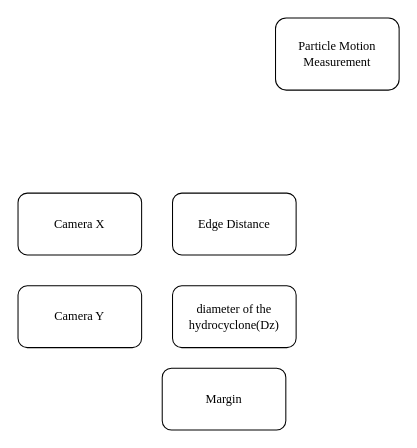
14790897/550-preprocess keeps this draw.io diagram as cvat数据来源/未命名绘图.drawio. Above is the earlier version. Source tidied: cells renumbered, new cells numbered last; positions are measured from the earlier drawing's top-left corner, leaving out a move shared by most shapes. Both pictures are drawn from the tidied source at 103%, with x=0, y=0 at pixel (18, 18).
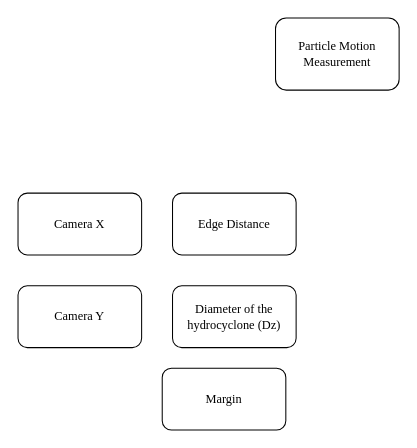
After the change.

Commit message (it also covers changes not shown here):
更新未命名绘图.drawio

Change to the diagram source:
```diff
@@
 <mxGraphModel>
   <root>
     <mxCell id="0" />
     <mxCell id="1" parent="0" />
     <mxCell id="2" value="&lt;div&gt;Particle Motion Measurement&lt;/div&gt;" style="rounded=1;whiteSpace=wrap;html=1;fontSize=12;glass=0;strokeWidth=1;shadow=0;fontFamily=Times New Roman;" parent="1" vertex="1">
       <mxGeometry x="250" width="120" height="70" as="geometry" />
     </mxCell>
     <mxCell id="3" value="&lt;font face=&quot;Times New Roman&quot;&gt;Camera X&lt;/font&gt;" style="rounded=1;whiteSpace=wrap;html=1;shadow=0;glass=0;strokeColor=default;strokeWidth=1;align=center;verticalAlign=middle;fontFamily=Helvetica;fontSize=12;fontColor=default;fillColor=default;" parent="1" vertex="1">
       <mxGeometry y="170" width="120" height="60" as="geometry" />
     </mxCell>
     <mxCell id="4" value="&lt;font face=&quot;Times New Roman&quot;&gt;Camera Y&lt;/font&gt;" style="rounded=1;whiteSpace=wrap;html=1;shadow=0;glass=0;strokeColor=default;strokeWidth=1;align=center;verticalAlign=middle;fontFamily=Helvetica;fontSize=12;fontColor=default;fillColor=default;" parent="1" vertex="1">
       <mxGeometry y="260" width="120" height="60" as="geometry" />
     </mxCell>
     <mxCell id="5" value="&lt;font face=&quot;Times New Roman&quot;&gt;Edge Distance&lt;/font&gt;" style="rounded=1;whiteSpace=wrap;html=1;shadow=0;glass=0;strokeColor=default;strokeWidth=1;align=center;verticalAlign=middle;fontFamily=Helvetica;fontSize=12;fontColor=default;fillColor=default;" parent="1" vertex="1">
       <mxGeometry x="150" y="170" width="120" height="60" as="geometry" />
     </mxCell>
-    <mxCell id="6" value="&lt;font face=&quot;Times New Roman&quot;&gt;diameter of the hydrocyclone(Dz)&lt;/font&gt;" style="rounded=1;whiteSpace=wrap;html=1;shadow=0;glass=0;strokeColor=default;strokeWidth=1;align=center;verticalAlign=middle;fontFamily=Helvetica;fontSize=12;fontColor=default;fillColor=default;" parent="1" vertex="1">
+    <mxCell id="6" value="&lt;font face=&quot;Times New Roman&quot;&gt;Diameter of the hydrocyclone (Dz)&lt;/font&gt;" style="rounded=1;whiteSpace=wrap;html=1;shadow=0;glass=0;strokeColor=default;strokeWidth=1;align=center;verticalAlign=middle;fontFamily=Helvetica;fontSize=12;fontColor=default;fillColor=default;" parent="1" vertex="1">
       <mxGeometry x="150" y="260" width="120" height="60" as="geometry" />
     </mxCell>
     <mxCell id="7" value="&lt;font face=&quot;Times New Roman&quot;&gt;Margin&lt;/font&gt;" style="rounded=1;whiteSpace=wrap;html=1;shadow=0;glass=0;strokeColor=default;strokeWidth=1;align=center;verticalAlign=middle;fontFamily=Helvetica;fontSize=12;fontColor=default;fillColor=default;" parent="1" vertex="1">
       <mxGeometry x="140" y="340" width="120" height="60" as="geometry" />
     </mxCell>
   </root>
 </mxGraphModel>
```
